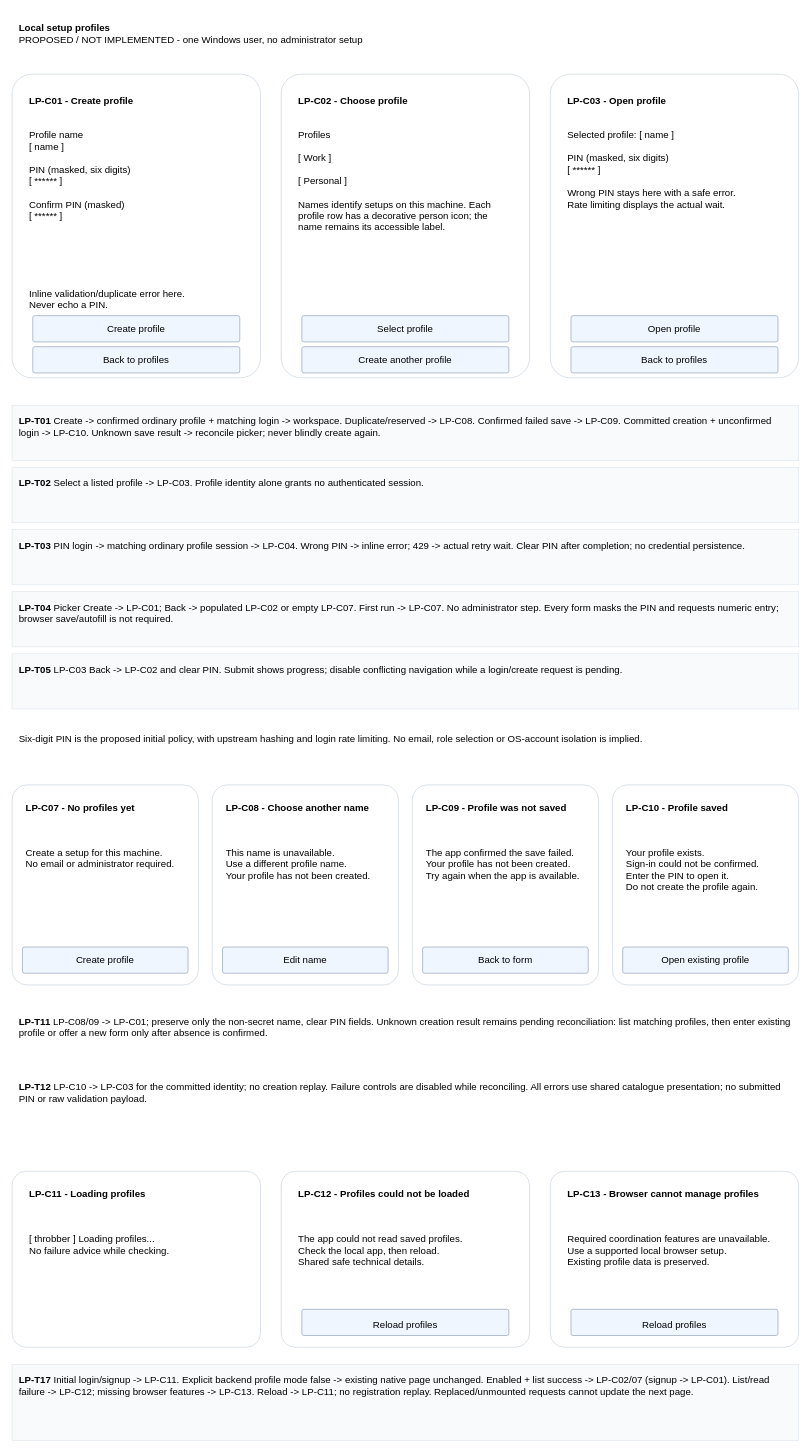
Earlier version of the draw.io diagram page "Create and enter a local profile" (1 of 2) of projects/laomedo/subsystems/agent-execution/design/local-profiles.drawio (amadou-6e/specs). Source tidied: cells renumbered, new cells numbered last; positions are measured from the earlier drawing's top-left corner, leaving out a move shared by most shapes. Both pictures are drawn from the tidied source at 69%, with x=0, y=0 at pixel (12, 12).
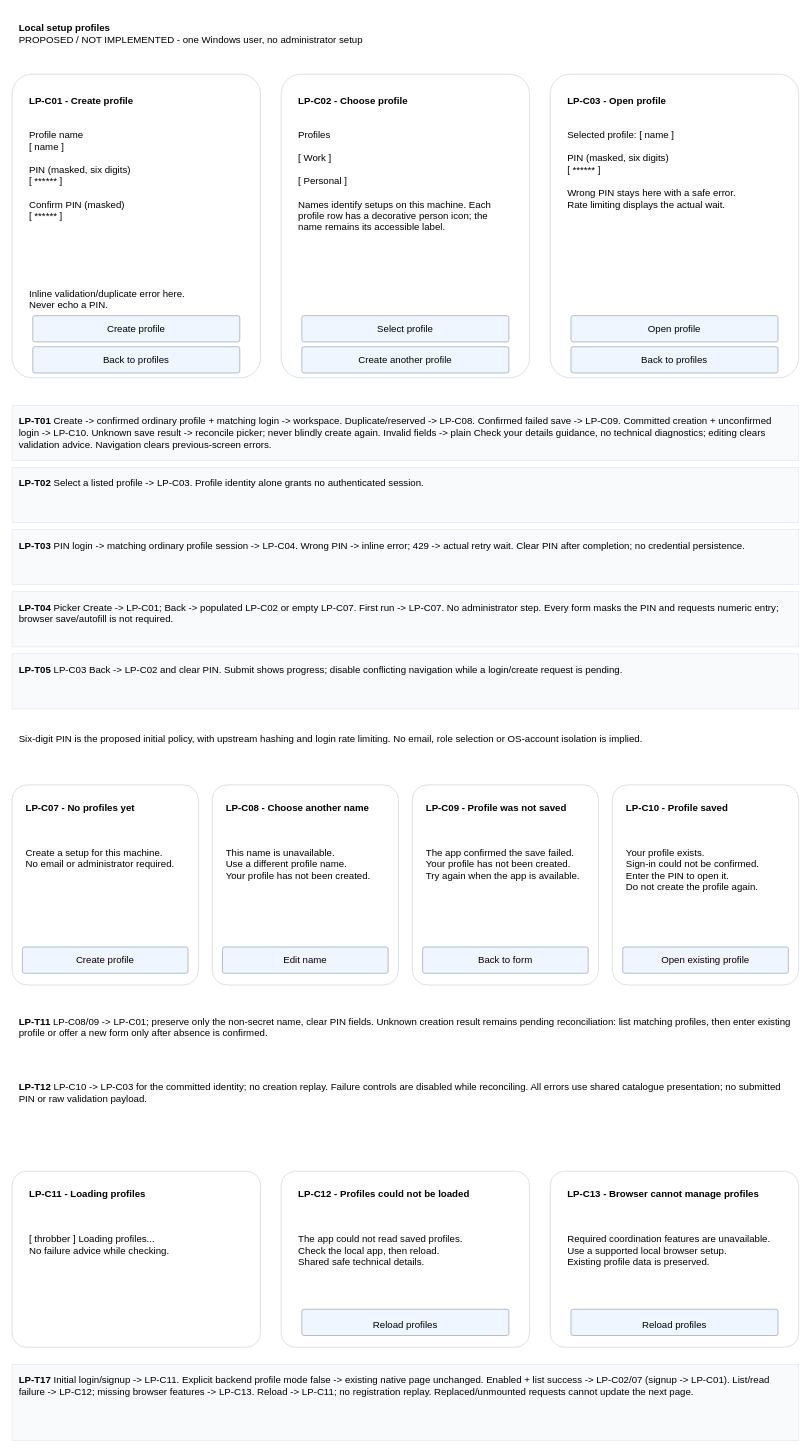
The same diagram, later.

Commit message (it also covers changes not shown here):
Keep profile entry feedback free of technical diagnostics

Diff of the diagram source:
```diff
@@
-    <mxCell id="19" value="&lt;b&gt;LP-T01&lt;/b&gt; Create -&gt; confirmed ordinary profile + matching login -&gt; workspace. Duplicate/reserved -&gt; LP-C08. Confirmed failed save -&gt; LP-C09. Committed creation + unconfirmed login -&gt; LP-C10. Unknown save result -&gt; reconcile picker; never blindly create again." style="whiteSpace=wrap;html=1;fontFamily=Arial;fontSize=14;align=left;verticalAlign=top;spacing=10;fillColor=#F8FAFC;strokeColor=#E2E8F0;" parent="1" vertex="1">
+    <mxCell id="19" value="&lt;b&gt;LP-T01&lt;/b&gt; Create -&gt; confirmed ordinary profile + matching login -&gt; workspace. Duplicate/reserved -&gt; LP-C08. Confirmed failed save -&gt; LP-C09. Committed creation + unconfirmed login -&gt; LP-C10. Unknown save result -&gt; reconcile picker; never blindly create again. Invalid fields -&gt; plain Check your details guidance, no technical diagnostics; editing clears validation advice. Navigation clears previous-screen errors." style="whiteSpace=wrap;html=1;fontFamily=Arial;fontSize=14;align=left;verticalAlign=top;spacing=10;fillColor=#F8FAFC;strokeColor=#E2E8F0;" parent="1" vertex="1">
       <mxGeometry y="570" width="1140" height="80" as="geometry" />
     </mxCell>
```
